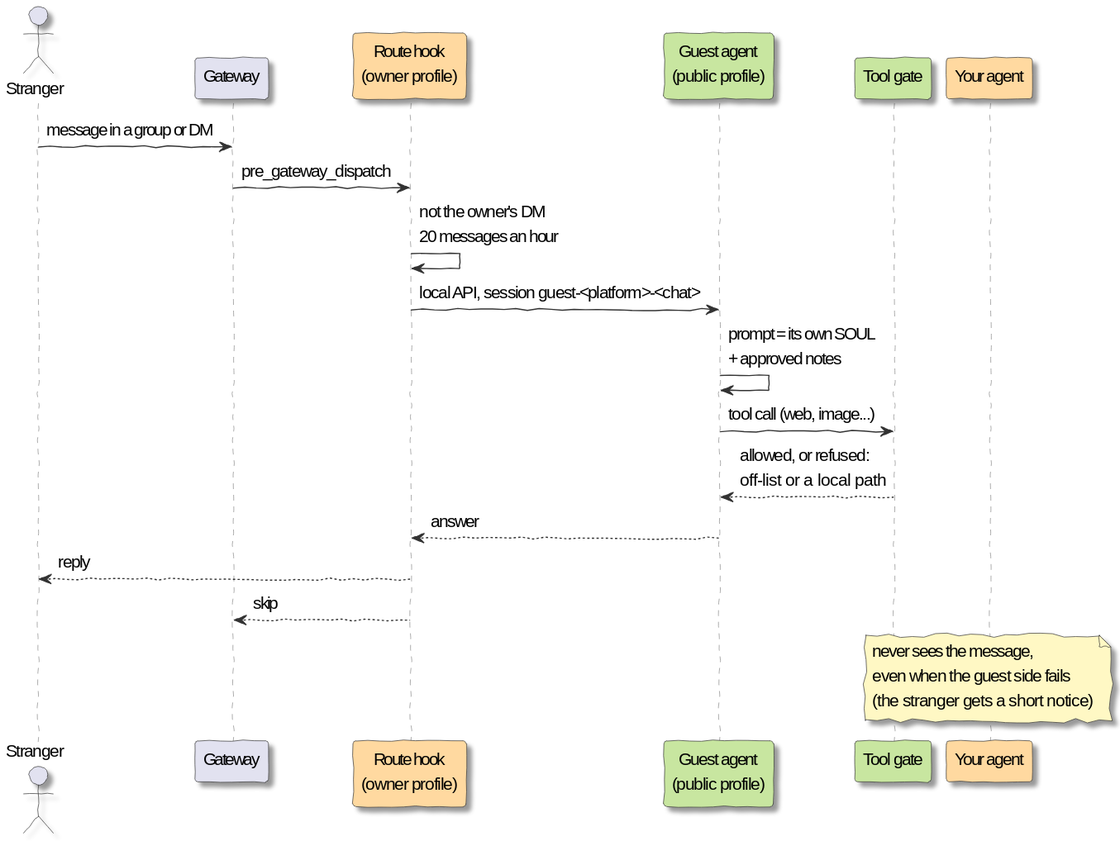
Above: docs/diagrams/question.svg in dotv-7/salts-secrets-plugin (PlantUML), before the change. Its diagram source:
```plantuml
@startuml
skinparam handwritten true
skinparam defaultFontName Dekko
skinparam defaultFontSize 15
skinparam shadowing true
skinparam backgroundColor white
skinparam sequence {
  ArrowColor #333333
  LifeLineBorderColor #888888
  ParticipantBorderColor #333333
  ActorBorderColor #333333
}
skinparam note {
  BackgroundColor #FFF8C4
  BorderColor #333333
}
actor Stranger as S
participant "Gateway" as G
participant "Route hook\n(owner profile)" as R #FFD9A0
participant "Guest agent\n(public profile)" as P #C8E6A0
participant "Tool gate" as T #C8E6A0
participant "Your agent" as O #FFD9A0

S -> G : message in a group or DM
G -> R : pre_gateway_dispatch
R -> R : not the owner's DM\n20 messages an hour
R -> P : local API, session guest-<platform>-<chat>
P -> P : prompt = its own SOUL\n+ approved notes
P -> T : tool call (web, image...)
T --> P : allowed, or refused:\noff-list or a local path
P --> R : answer
R --> S : reply
R --> G : skip
note over O : never sees the message,\neven when the guest side fails\n(the stranger gets a short notice)
@enduml
```
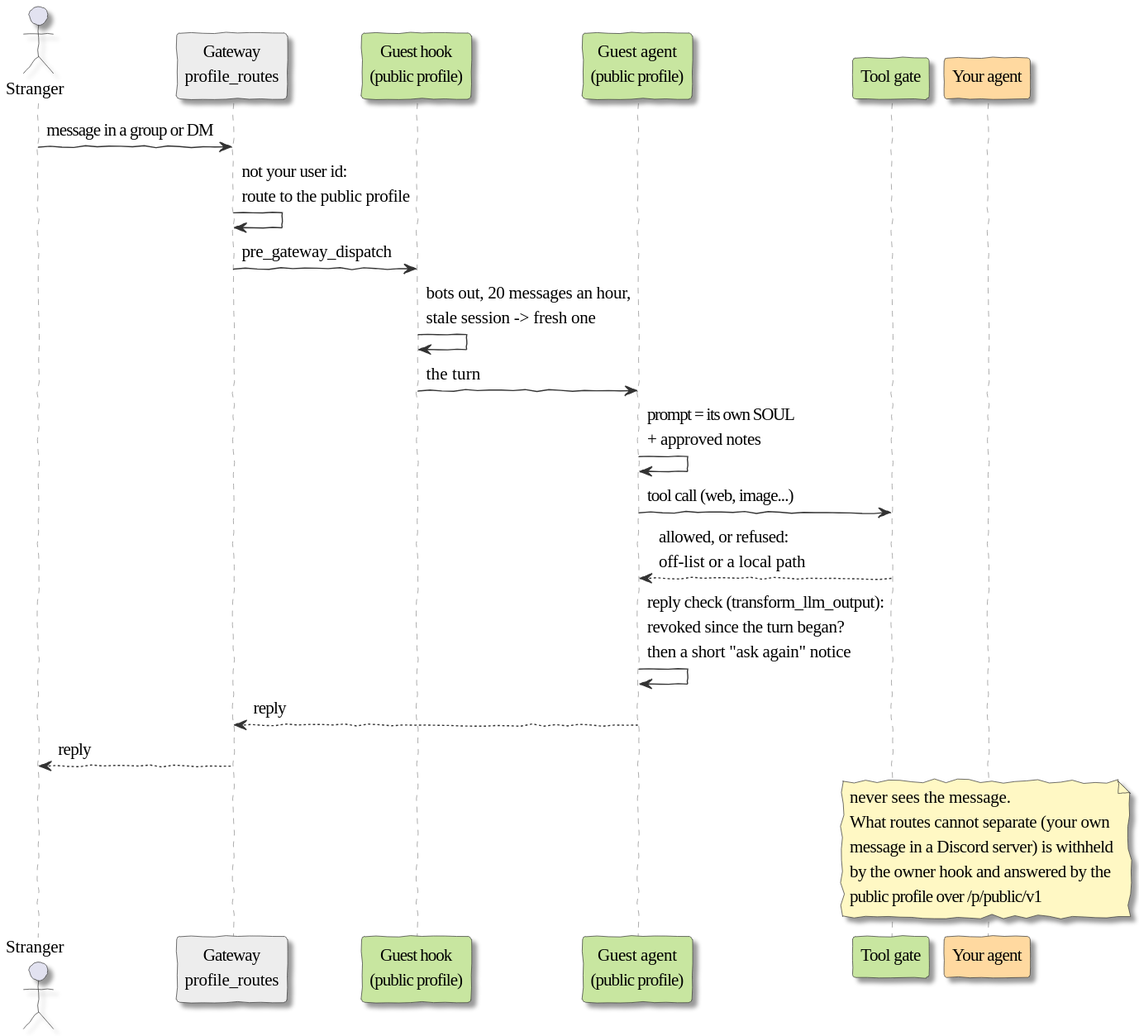
After the commit.

The edit, as a diff of the source:
```diff
@@ -15,21 +15,22 @@
   BorderColor #333333
 }
 actor Stranger as S
-participant "Gateway" as G
-participant "Route hook\n(owner profile)" as R #FFD9A0
+participant "Gateway\nprofile_routes" as G #EDEDED
+participant "Guest hook\n(public profile)" as H #C8E6A0
 participant "Guest agent\n(public profile)" as P #C8E6A0
 participant "Tool gate" as T #C8E6A0
 participant "Your agent" as O #FFD9A0
 
 S -> G : message in a group or DM
-G -> R : pre_gateway_dispatch
-R -> R : not the owner's DM\n20 messages an hour
-R -> P : local API, session guest-<platform>-<chat>
+G -> G : not your user id:\nroute to the public profile
+G -> H : pre_gateway_dispatch
+H -> H : bots out, 20 messages an hour,\nstale session -> fresh one
+H -> P : the turn
 P -> P : prompt = its own SOUL\n+ approved notes
 P -> T : tool call (web, image...)
 T --> P : allowed, or refused:\noff-list or a local path
-P --> R : answer
-R --> S : reply
-R --> G : skip
-note over O : never sees the message,\neven when the guest side fails\n(the stranger gets a short notice)
+P -> P : reply check (transform_llm_output):\nrevoked since the turn began?\nthen a short "ask again" notice
+P --> G : reply
+G --> S : reply
+note over O : never sees the message.\nWhat routes cannot separate (your own\nmessage in a Discord server) is withheld\nby the owner hook and answered by the\npublic profile over /p/public/v1
 @enduml
```
